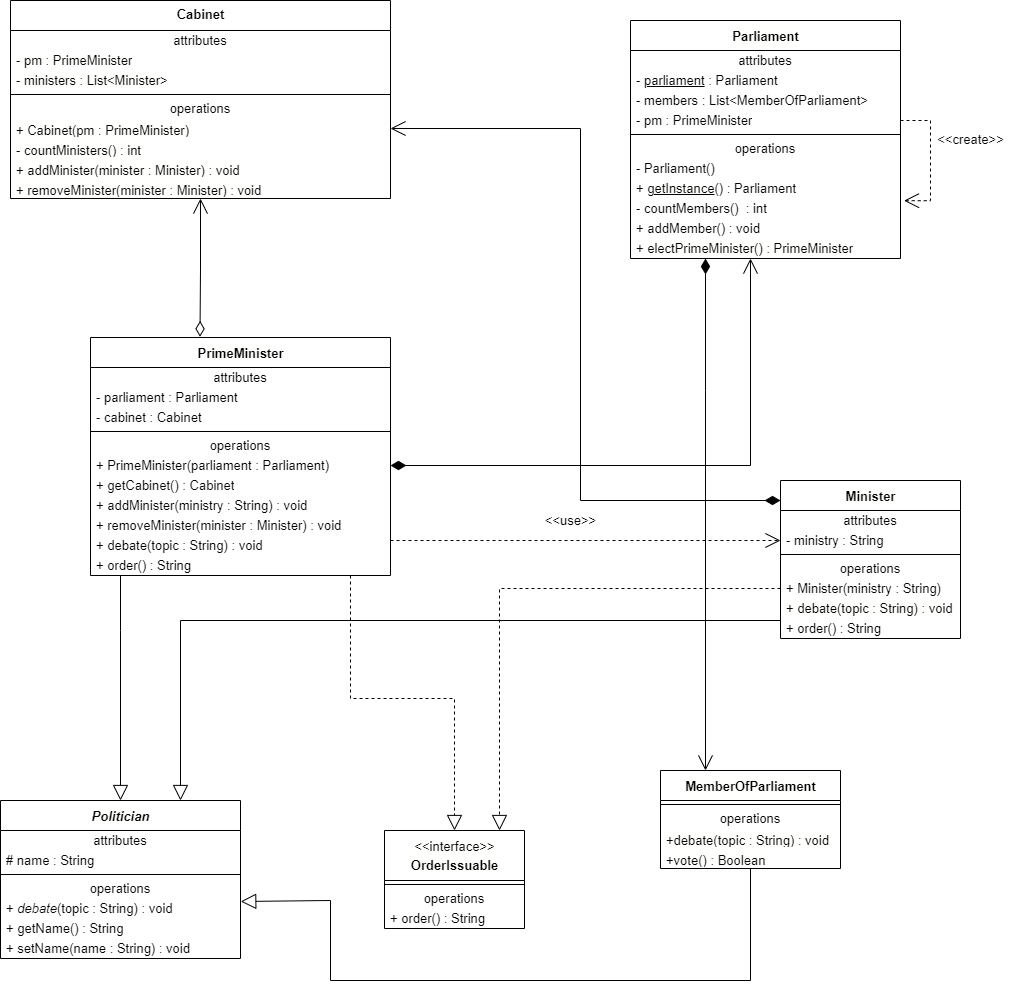
This is MidTerm.png from LittleLunar/SoftArcDesign, a draw.io export, as it was before one commit. Source tidied: cells renumbered, new cells last; positions are measured from the earlier drawing's top-left corner, leaving out a move shared by most shapes.
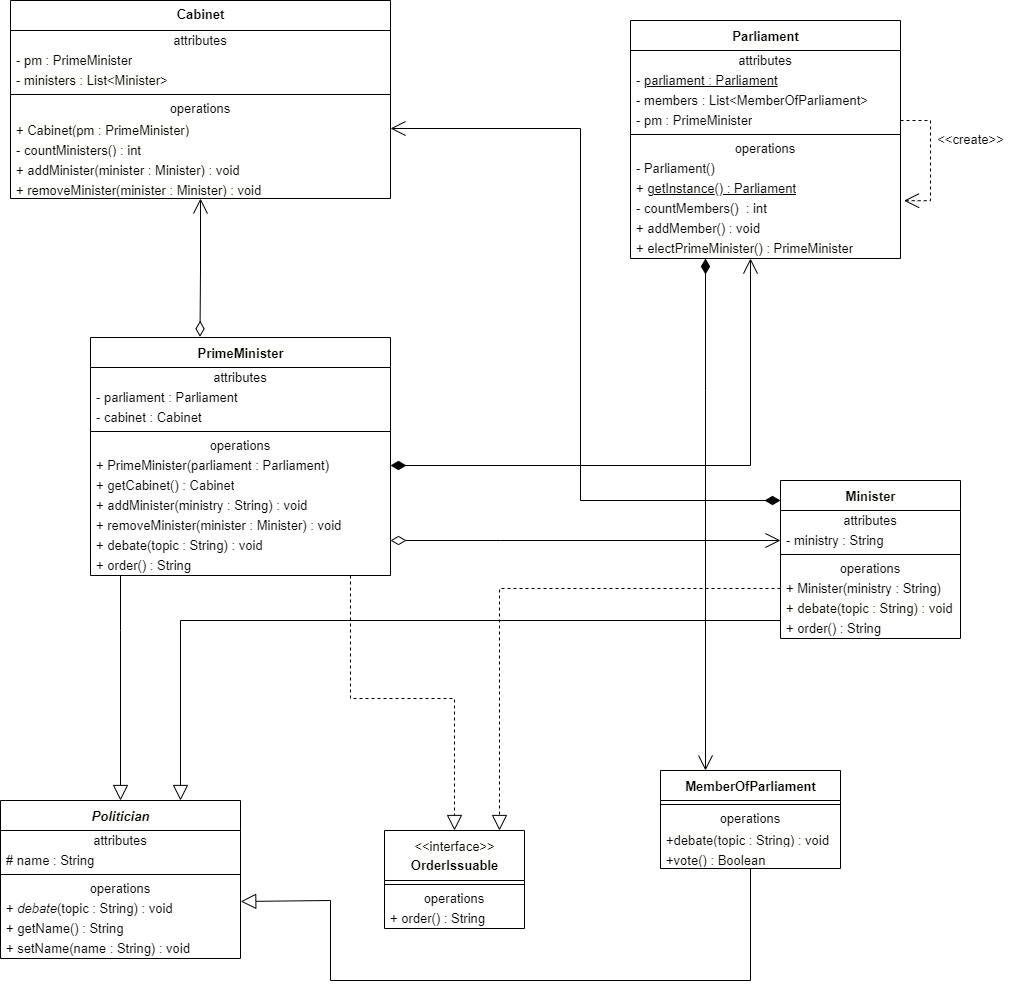
After the commit.

The edit, as a diff of the source:
```diff
@@ -40,7 +40,7 @@
     <mxCell id="10" value="attributes" style="text;html=1;strokeColor=none;fillColor=none;align=center;verticalAlign=middle;spacingLeft=4;spacingRight=4;overflow=hidden;fontFamily=Helvetica;fontSize=13;" parent="9" vertex="1">
       <mxGeometry y="30" width="270" height="20" as="geometry" />
     </mxCell>
-    <mxCell id="11" value="- &lt;u&gt;parliament&lt;/u&gt;&amp;nbsp;: Parliament" style="text;html=1;strokeColor=none;fillColor=none;align=left;verticalAlign=middle;spacingLeft=4;spacingRight=4;overflow=hidden;fontFamily=Helvetica;fontSize=13;" parent="9" vertex="1">
+    <mxCell id="11" value="- &lt;u&gt;parliament&amp;nbsp;: Parliament&lt;/u&gt;" style="text;html=1;strokeColor=none;fillColor=none;align=left;verticalAlign=middle;spacingLeft=4;spacingRight=4;overflow=hidden;fontFamily=Helvetica;fontSize=13;" parent="9" vertex="1">
       <mxGeometry y="50" width="270" height="20" as="geometry" />
     </mxCell>
     <mxCell id="12" style="edgeStyle=orthogonalEdgeStyle;rounded=0;jettySize=auto;html=1;entryX=1.013;entryY=0.11;entryDx=0;entryDy=0;entryPerimeter=0;dashed=1;fontFamily=Helvetica;fontSize=13;startArrow=none;startFill=0;endArrow=open;endFill=0;startSize=13;endSize=13;exitX=1;exitY=0.5;exitDx=0;exitDy=0;" parent="9" edge="1" source="14" target="19">
@@ -61,7 +61,7 @@
     <mxCell id="17" value="- Parliament()&amp;nbsp;" style="text;html=1;strokeColor=none;fillColor=none;align=left;verticalAlign=middle;spacingLeft=4;spacingRight=4;overflow=hidden;fontFamily=Helvetica;fontSize=13;" parent="9" vertex="1">
       <mxGeometry y="138" width="270" height="20" as="geometry" />
     </mxCell>
-    <mxCell id="18" value="+&amp;nbsp;&lt;span style=&quot;background-color: rgb(255, 255, 254); font-size: 13px;&quot;&gt;&lt;u style=&quot;font-size: 13px;&quot;&gt;getInstance&lt;/u&gt;&lt;/span&gt;&lt;span style=&quot;font-size: 13px;&quot;&gt;() : Parliament&lt;/span&gt;" style="text;html=1;strokeColor=none;fillColor=none;align=left;verticalAlign=middle;spacingLeft=4;spacingRight=4;overflow=hidden;fontFamily=Helvetica;fontSize=13;" parent="9" vertex="1">
+    <mxCell id="18" value="+&amp;nbsp;&lt;u&gt;&lt;span style=&quot;background-color: rgb(255 , 255 , 254) ; font-size: 13px&quot;&gt;&lt;span style=&quot;font-size: 13px&quot;&gt;getInstance&lt;/span&gt;&lt;/span&gt;&lt;span style=&quot;font-size: 13px&quot;&gt;() : Parliament&lt;/span&gt;&lt;/u&gt;" style="text;html=1;strokeColor=none;fillColor=none;align=left;verticalAlign=middle;spacingLeft=4;spacingRight=4;overflow=hidden;fontFamily=Helvetica;fontSize=13;" parent="9" vertex="1">
       <mxGeometry y="158" width="270" height="20" as="geometry" />
     </mxCell>
     <mxCell id="19" value="- countMembers()&amp;nbsp; : int" style="text;html=1;strokeColor=none;fillColor=none;align=left;verticalAlign=middle;spacingLeft=4;spacingRight=4;overflow=hidden;points=[[0,0.5],[1,0.5]];portConstraint=eastwest;fontFamily=Helvetica;fontSize=13;" parent="9" vertex="1">
@@ -101,7 +101,7 @@
         </Array>
       </mxGeometry>
     </mxCell>
-    <mxCell id="28" style="edgeStyle=orthogonalEdgeStyle;rounded=0;jettySize=auto;html=1;entryX=0;entryY=0.5;entryDx=0;entryDy=0;fontFamily=Helvetica;fontSize=13;startArrow=none;startFill=0;endArrow=open;endFill=0;startSize=13;endSize=13;dashed=1;" parent="1" edge="1" source="29" target="63">
+    <mxCell id="28" style="edgeStyle=orthogonalEdgeStyle;rounded=0;jettySize=auto;html=1;entryX=0;entryY=0.5;entryDx=0;entryDy=0;fontFamily=Helvetica;fontSize=13;startArrow=diamondThin;startFill=0;endArrow=open;endFill=0;startSize=13;endSize=13;" parent="1" edge="1" source="29" target="63">
       <mxGeometry relative="1" as="geometry">
         <Array as="points">
           <mxPoint x="500" y="540" />
@@ -240,9 +240,6 @@
         </Array>
       </mxGeometry>
     </mxCell>
-    <mxCell id="70" value="&amp;lt;&amp;lt;use&amp;gt;&amp;gt;" style="text;html=1;align=center;verticalAlign=middle;strokeColor=none;fillColor=none;fontSize=13;fontFamily=Helvetica;" parent="1" vertex="1">
-      <mxGeometry x="535" y="510" width="70" height="20" as="geometry" />
-    </mxCell>
     <mxCell id="71" value="&amp;lt;&amp;lt;create&amp;gt;&amp;gt;" style="text;html=1;align=center;verticalAlign=middle;strokeColor=none;fillColor=none;fontSize=13;fontFamily=Helvetica;" parent="1" vertex="1">
       <mxGeometry x="930" y="129" width="80" height="20" as="geometry" />
     </mxCell>
```
